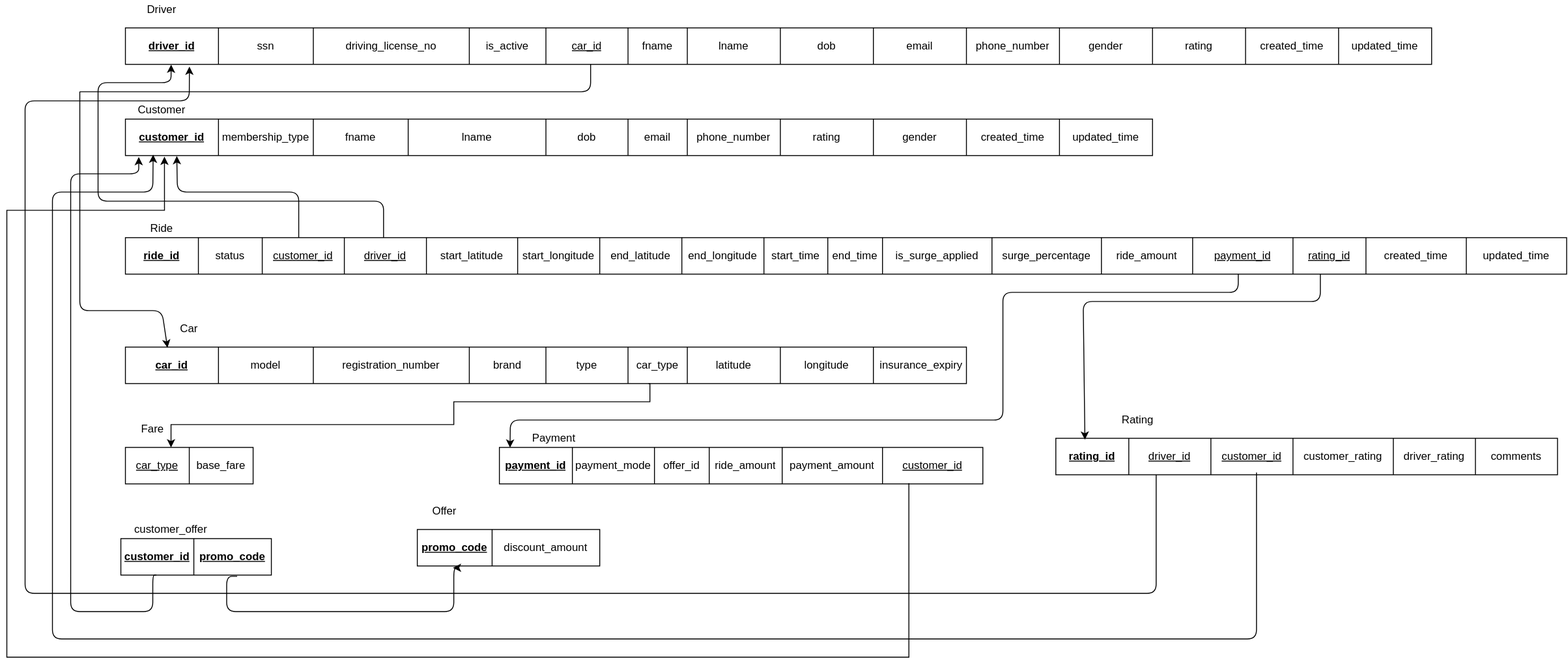
This is ER Schema.svg from NandhiniPeriyasamy13/Uber-backend-database-design, a draw.io export, as it was before one commit. Source tidied: cells renumbered, new cells last; positions are measured from the earlier drawing's top-left corner, leaving out a move shared by most shapes.
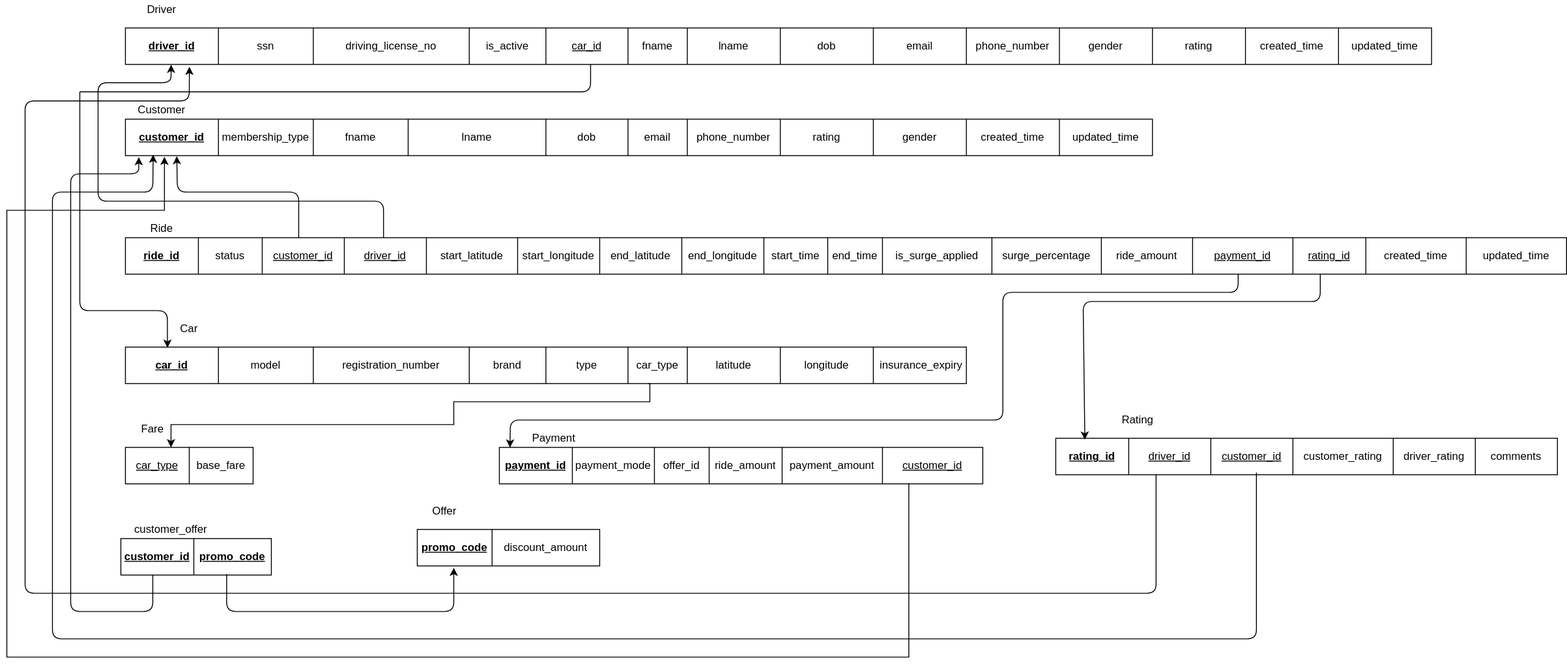
Above is the later version.

What changed in the source:
```diff
@@ -256,7 +256,7 @@
         <mxPoint x="80" y="100" as="sourcePoint" />
         <Array as="points">
           <mxPoint x="80" y="340" />
-          <mxPoint x="170" y="340" />
+          <mxPoint x="176" y="340" />
         </Array>
       </mxGeometry>
     </mxCell>
@@ -375,18 +375,21 @@
     <mxCell id="103" value="&lt;font style=&quot;font-size: 12px;&quot;&gt;Rating&lt;/font&gt;" style="text;html=1;strokeColor=none;fillColor=none;align=center;verticalAlign=middle;whiteSpace=wrap;rounded=0;fontSize=12;" parent="1" vertex="1">
       <mxGeometry x="1210" y="450" width="60" height="20" as="geometry" />
     </mxCell>
-    <mxCell id="104" style="endArrow=classic;html=1;edgeStyle=orthogonalEdgeStyle;exitX=0.773;exitY=1.034;exitDx=0;exitDy=0;exitPerimeter=0;fontSize=12;" parent="1" edge="1" source="94">
+    <mxCell id="104" style="endArrow=classic;html=1;edgeStyle=orthogonalEdgeStyle;fontSize=12;" parent="1" edge="1">
       <mxGeometry relative="1" as="geometry">
+        <mxPoint x="241" y="629" as="sourcePoint" />
         <mxPoint x="489" y="622" as="targetPoint" />
         <Array as="points">
+          <mxPoint x="241" y="629" />
           <mxPoint x="241" y="670" />
           <mxPoint x="490" y="670" />
           <mxPoint x="490" y="622" />
         </Array>
       </mxGeometry>
     </mxCell>
-    <mxCell id="105" style="endArrow=classic;html=1;edgeStyle=orthogonalEdgeStyle;exitX=0.236;exitY=0.995;exitDx=0;exitDy=0;exitPerimeter=0;entryX=0.013;entryY=1.04;entryDx=0;entryDy=0;entryPerimeter=0;fontSize=12;" parent="1" edge="1" source="94" target="19">
+    <mxCell id="105" style="endArrow=classic;html=1;edgeStyle=orthogonalEdgeStyle;entryX=0.013;entryY=1.04;entryDx=0;entryDy=0;entryPerimeter=0;fontSize=12;" parent="1" edge="1" target="19">
       <mxGeometry relative="1" as="geometry">
+        <mxPoint x="160" y="630" as="sourcePoint" />
         <Array as="points">
           <mxPoint x="160" y="670" />
           <mxPoint x="70" y="670" />
```
